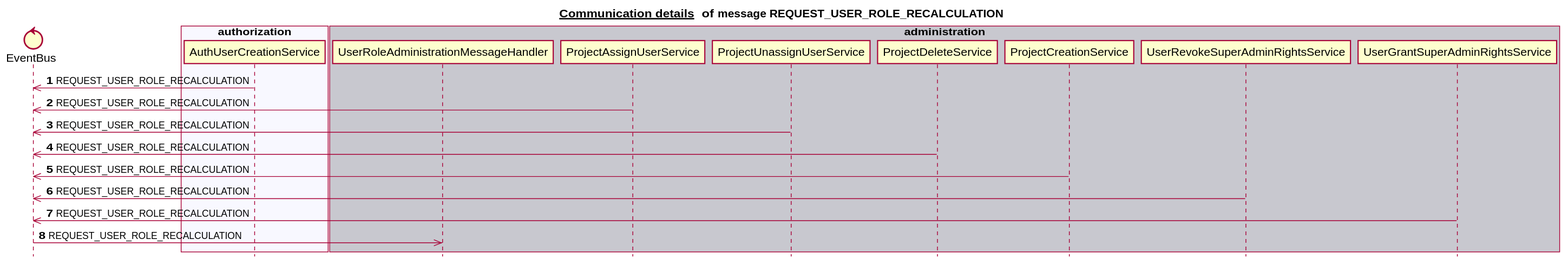
Before: docs/latest/images/gen_domain_messaging_request_user_role_recalculation.svg, a diagram exported from PlantUML (mercedes-benz/sechub).
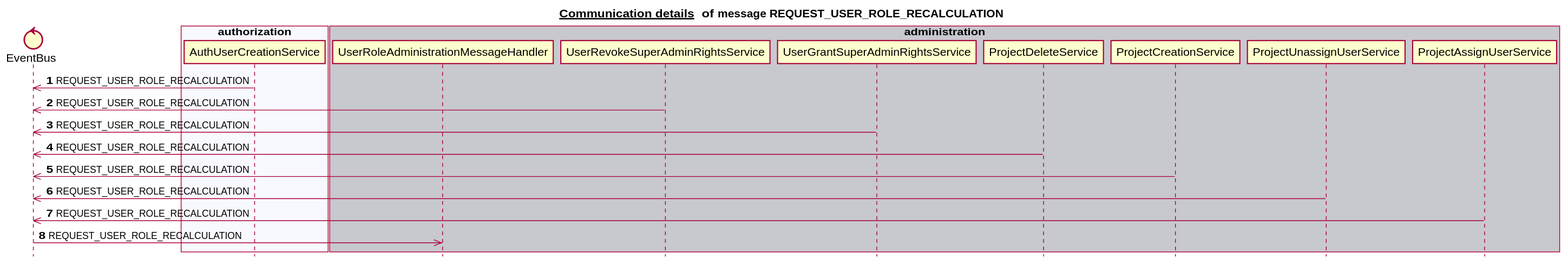
After the commit.

The edit, as a diff of the source:
```diff
@@ -6,32 +6,32 @@
 
 
 control EventBus
-box "scan" #C8C8CF
+box "notification" #C8C8CF
 end box
 box "authorization" #F8F8FF
    participant AuthUserCreationService
 end box
 box "administration" #C8C8CF
    participant UserRoleAdministrationMessageHandler
-   participant ProjectAssignUserService
-   participant ProjectUnassignUserService
+   participant UserRevokeSuperAdminRightsService
+   participant UserGrantSuperAdminRightsService
    participant ProjectDeleteService
    participant ProjectCreationService
-   participant UserRevokeSuperAdminRightsService
-   participant UserGrantSuperAdminRightsService
+   participant ProjectUnassignUserService
+   participant ProjectAssignUserService
 end box
-box "notification" #F8F8FF
+box "schedule" #F8F8FF
 end box
-box "schedule" #C8C8CF
+box "scan" #C8C8CF
 end box
 autonumber 1
 AuthUserCreationService ->> EventBus:REQUEST_USER_ROLE_RECALCULATION
-ProjectAssignUserService ->> EventBus:REQUEST_USER_ROLE_RECALCULATION
-ProjectUnassignUserService ->> EventBus:REQUEST_USER_ROLE_RECALCULATION
+UserRevokeSuperAdminRightsService ->> EventBus:REQUEST_USER_ROLE_RECALCULATION
+UserGrantSuperAdminRightsService ->> EventBus:REQUEST_USER_ROLE_RECALCULATION
 ProjectDeleteService ->> EventBus:REQUEST_USER_ROLE_RECALCULATION
 ProjectCreationService ->> EventBus:REQUEST_USER_ROLE_RECALCULATION
-UserRevokeSuperAdminRightsService ->> EventBus:REQUEST_USER_ROLE_RECALCULATION
-UserGrantSuperAdminRightsService ->> EventBus:REQUEST_USER_ROLE_RECALCULATION
+ProjectUnassignUserService ->> EventBus:REQUEST_USER_ROLE_RECALCULATION
+ProjectAssignUserService ->> EventBus:REQUEST_USER_ROLE_RECALCULATION
 EventBus ->> UserRoleAdministrationMessageHandler:REQUEST_USER_ROLE_RECALCULATION
 autonumber stop
 
```
